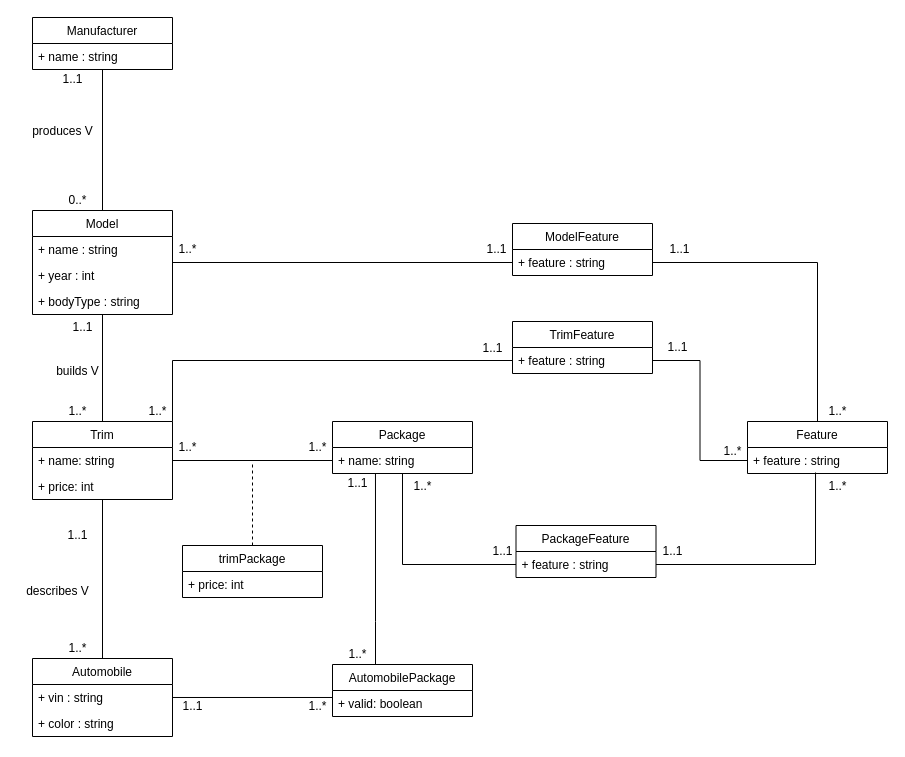
AnthraciteData/CECS-323- keeps this draw.io diagram as page "UML" (1 of 2) of Project 2.drawio. Above is the earlier version. Source tidied: cells renumbered, new cells numbered last; positions are measured from the earlier drawing's top-left corner, leaving out a move shared by most shapes. Both pictures are drawn from the tidied source at 100%, with x=0, y=0 at pixel (17, 17).
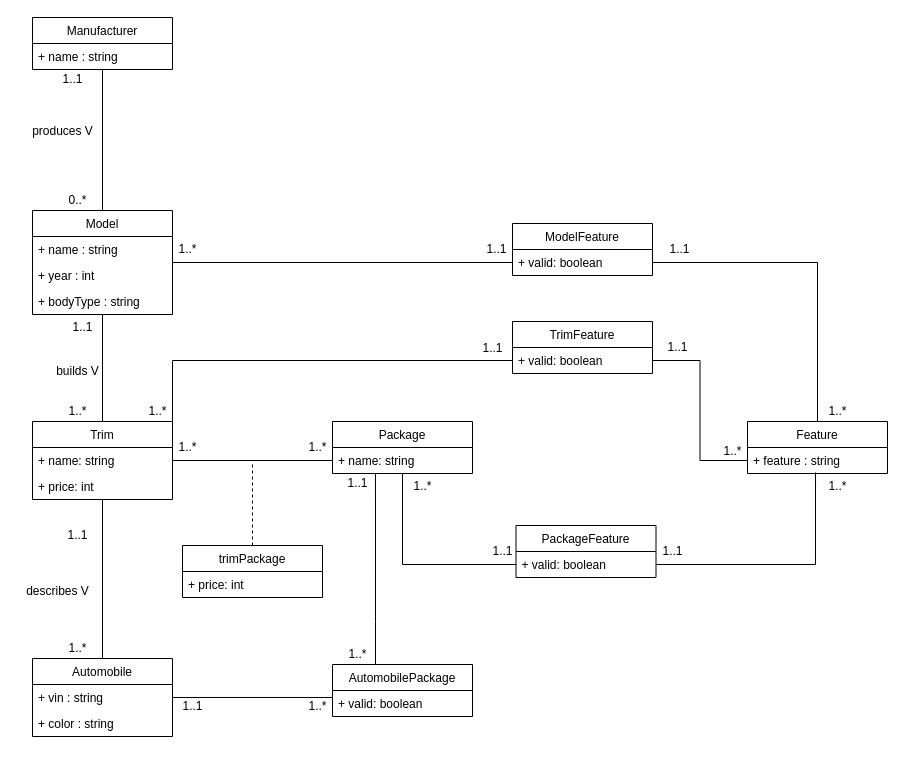
The same page after the edit.

The change refers to these unchanged cells:
```xml
<mxCell id="37" value="ModelFeature" style="swimlane;fontStyle=0;horizontal=1;startSize=26;fillColor=none;" parent="1" vertex="1">
  <mxGeometry x="495" y="206" width="140" height="52" as="geometry" />
</mxCell>
<mxCell id="39" value="PackageFeature" style="swimlane;fontStyle=0;horizontal=1;startSize=26;fillColor=none;" parent="1" vertex="1">
  <mxGeometry x="498.5" y="508" width="140" height="52" as="geometry" />
</mxCell>
<mxCell id="41" value="TrimFeature" style="swimlane;fontStyle=0;horizontal=1;startSize=26;fillColor=none;" parent="1" vertex="1">
  <mxGeometry x="495" y="304" width="140" height="52" as="geometry" />
</mxCell>
```

Diff of the diagram source:
```diff
@@
-    <mxCell id="38" value="+ feature : string" style="text;strokeColor=none;fillColor=none;align=left;verticalAlign=top;spacingLeft=4;spacingRight=4;overflow=hidden;points=[[0,0.5],[1,0.5]];portConstraint=eastwest;" parent="37" vertex="1">
+    <mxCell id="38" value="+ valid: boolean" style="text;strokeColor=none;fillColor=none;align=left;verticalAlign=top;spacingLeft=4;spacingRight=4;overflow=hidden;points=[[0,0.5],[1,0.5]];portConstraint=eastwest;" parent="37" vertex="1">
       <mxGeometry y="26" width="140" height="26" as="geometry" />
     </mxCell>
@@
-    <mxCell id="40" value="+ feature : string" style="text;strokeColor=none;fillColor=none;align=left;verticalAlign=top;spacingLeft=4;spacingRight=4;overflow=hidden;points=[[0,0.5],[1,0.5]];portConstraint=eastwest;" parent="39" vertex="1">
+    <mxCell id="40" value="+ valid: boolean" style="text;strokeColor=none;fillColor=none;align=left;verticalAlign=top;spacingLeft=4;spacingRight=4;overflow=hidden;points=[[0,0.5],[1,0.5]];portConstraint=eastwest;" parent="39" vertex="1">
       <mxGeometry y="26" width="140" height="26" as="geometry" />
     </mxCell>
@@
-    <mxCell id="42" value="+ feature : string" style="text;strokeColor=none;fillColor=none;align=left;verticalAlign=top;spacingLeft=4;spacingRight=4;overflow=hidden;points=[[0,0.5],[1,0.5]];portConstraint=eastwest;" parent="41" vertex="1">
+    <mxCell id="42" value="+ valid: boolean" style="text;strokeColor=none;fillColor=none;align=left;verticalAlign=top;spacingLeft=4;spacingRight=4;overflow=hidden;points=[[0,0.5],[1,0.5]];portConstraint=eastwest;" parent="41" vertex="1">
       <mxGeometry y="26" width="140" height="26" as="geometry" />
     </mxCell>
```
